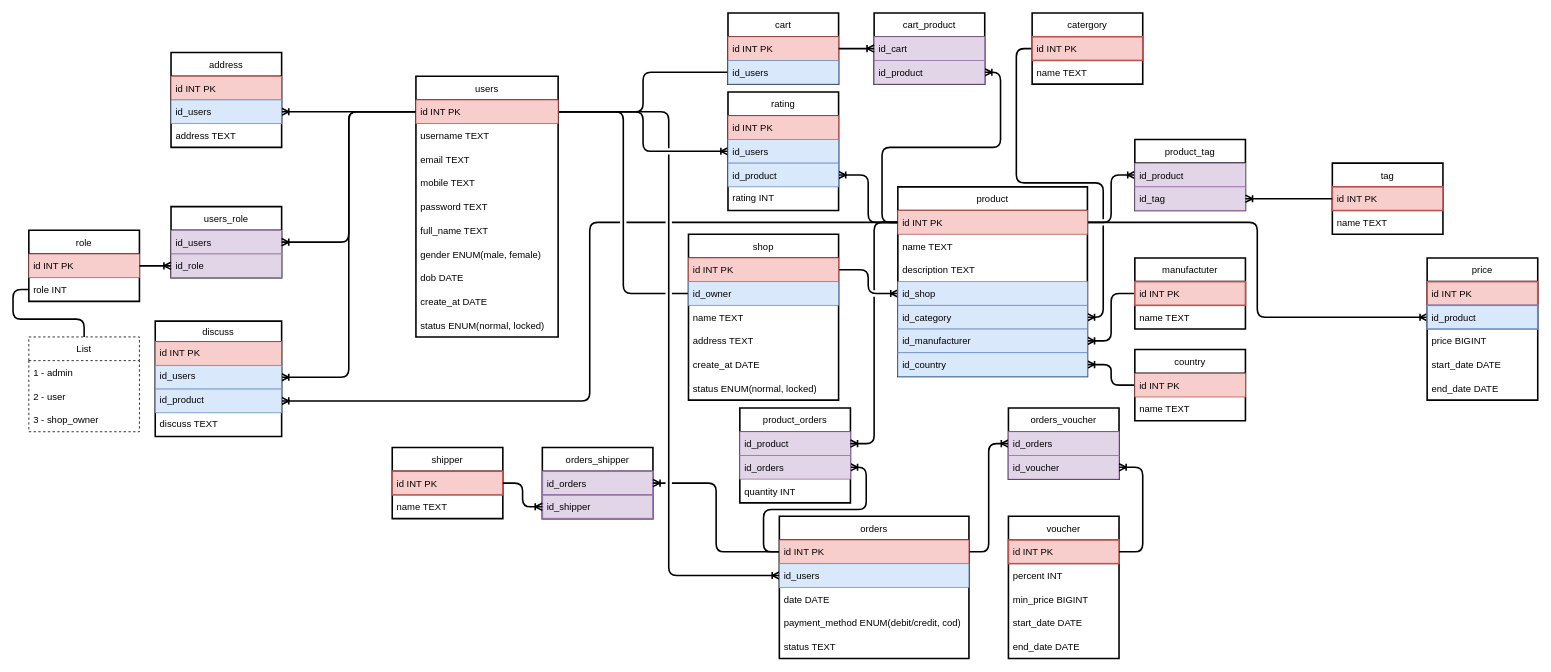
Before: page "Basic design" (2 of 2) of 03.Database/ProjectEcommerce/ProjectEcommerce_Design.drawio in theduonghn/Techmaster-Java, a draw.io diagram. Source tidied: cells renumbered, new cells numbered last; positions are measured from the earlier drawing's top-left corner, leaving out a move shared by most shapes. Both pictures are drawn from the tidied source at 79%, with x=0, y=0 at pixel (28, 13).
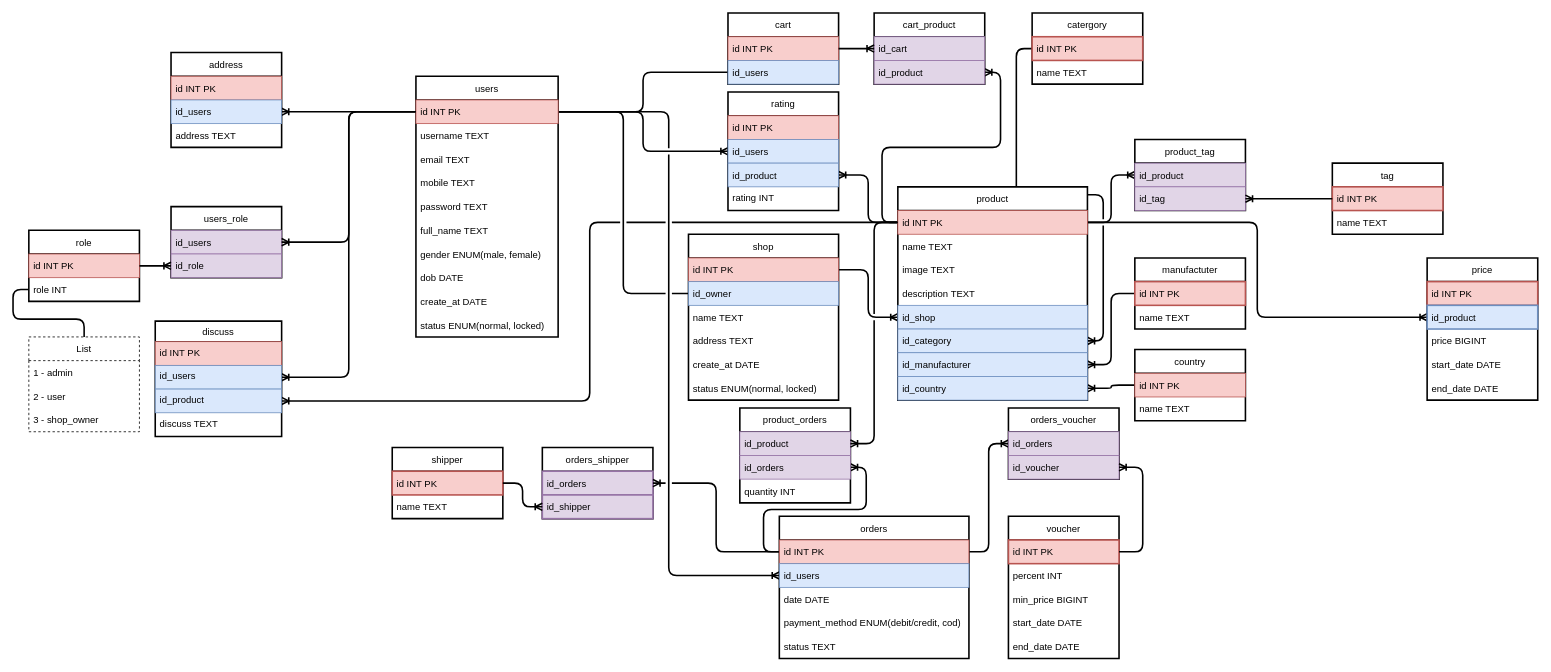
After the change.

What changed in the source:
```diff
@@
     <mxCell id="117" value="product" style="swimlane;fontStyle=0;horizontal=1;startSize=30;strokeWidth=2;" parent="1" vertex="1">
-      <mxGeometry x="1100" y="220" width="240" height="240" as="geometry" />
+      <mxGeometry x="1100" y="220" width="240" height="270" as="geometry" />
     </mxCell>
@@
+    <mxCell id="130" value="image TEXT" style="text;strokeColor=none;fillColor=none;align=left;verticalAlign=middle;spacingLeft=4;spacingRight=4;overflow=hidden;" parent="117" vertex="1">
+      <mxGeometry y="90" width="240" height="30" as="geometry" />
+    </mxCell>
     <mxCell id="120" value="description TEXT" style="text;strokeColor=none;fillColor=none;align=left;verticalAlign=middle;spacingLeft=4;spacingRight=4;overflow=hidden;" parent="117" vertex="1">
-      <mxGeometry y="90" width="240" height="30" as="geometry" />
+      <mxGeometry y="120" width="240" height="30" as="geometry" />
     </mxCell>
     <mxCell id="121" value="id_shop" style="text;strokeColor=#6c8ebf;fillColor=#dae8fc;align=left;verticalAlign=middle;spacingLeft=4;spacingRight=4;overflow=hidden;points=[[0,0.5],[1,0.5]];portConstraint=eastwest;" parent="117" vertex="1">
-      <mxGeometry y="120" width="240" height="30" as="geometry" />
+      <mxGeometry y="150" width="240" height="30" as="geometry" />
     </mxCell>
     <mxCell id="122" value="id_category" style="text;strokeColor=#6c8ebf;fillColor=#dae8fc;align=left;verticalAlign=middle;spacingLeft=4;spacingRight=4;overflow=hidden;points=[[0,0.5],[1,0.5]];portConstraint=eastwest;" parent="117" vertex="1">
-      <mxGeometry y="150" width="240" height="30" as="geometry" />
+      <mxGeometry y="180" width="240" height="30" as="geometry" />
     </mxCell>
     <mxCell id="123" value="id_manufacturer" style="text;strokeColor=#6c8ebf;fillColor=#dae8fc;align=left;verticalAlign=middle;spacingLeft=4;spacingRight=4;overflow=hidden;points=[[0,0.5],[1,0.5]];portConstraint=eastwest;" parent="117" vertex="1">
-      <mxGeometry y="180" width="240" height="30" as="geometry" />
+      <mxGeometry y="210" width="240" height="30" as="geometry" />
     </mxCell>
     <mxCell id="124" value="id_country" style="text;strokeColor=#6c8ebf;fillColor=#dae8fc;align=left;verticalAlign=middle;spacingLeft=4;spacingRight=4;overflow=hidden;points=[[0,0.5],[1,0.5]];portConstraint=eastwest;" parent="117" vertex="1">
-      <mxGeometry y="210" width="240" height="30" as="geometry" />
+      <mxGeometry y="240" width="240" height="30" as="geometry" />
     </mxCell>
```
